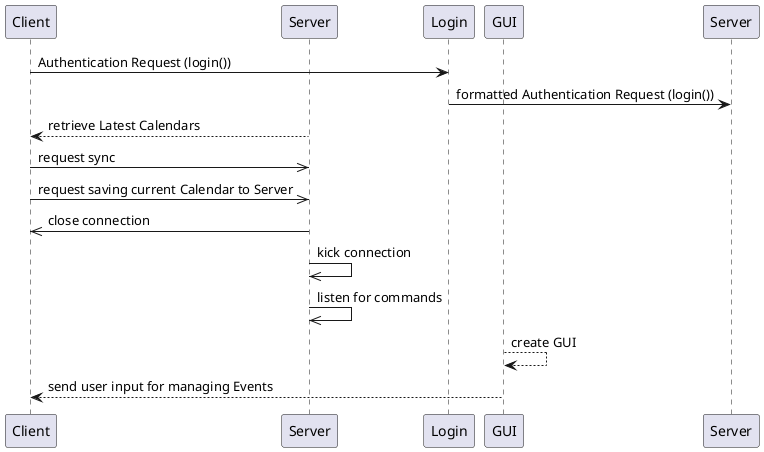
Before: uml.png, a diagram exported from PlantUML (osakaruhub/Tasker).
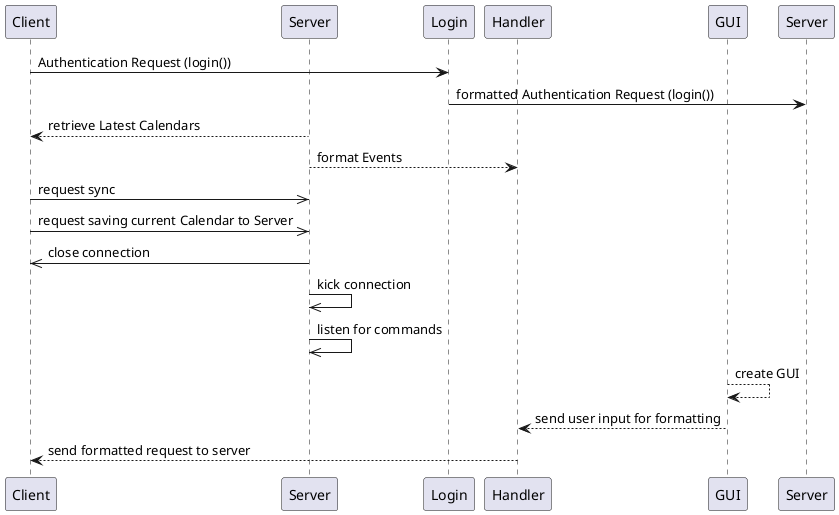
The same file after the commit.

Commit message:
added Handler to UML

Diff of the diagram source:
```diff
@@ -5,17 +5,20 @@
 participant Client as C
 participant Server as S
 participant Login as auth
+participant Handler as H
 participant GUI as G
 
 C -> auth: Authentication Request (login())
 auth -> Server: formatted Authentication Request (login())
 S --> C: retrieve Latest Calendars
+S --> H: format Events
 C ->> S: request sync
 C ->> S: request saving current Calendar to Server
 S ->> C: close connection
 S ->> S: kick connection
 S ->> S: listen for commands
 G --> G: create GUI
-G --> C: send user input for managing Events
+G --> H: send user input for formatting
+H --> C: send formatted request to server
 
 @enduml
```
